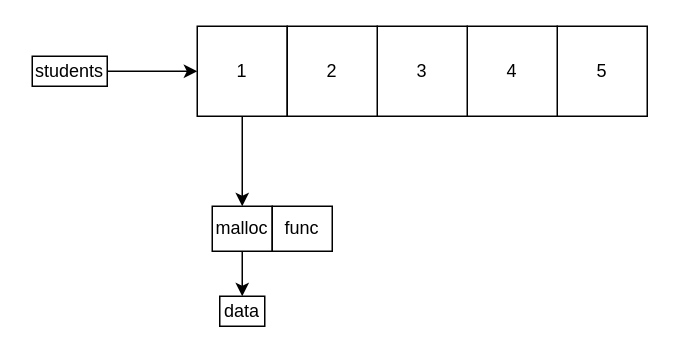
The draw.io diagram Untitled Diagram.drawio in haoran0313/diagrams, before the edit. Source tidied: cells renumbered, new cells numbered last; positions are measured from the earlier drawing's top-left corner, leaving out a move shared by most shapes. Both pictures are drawn from the tidied source at 150%, with x=0, y=0 at pixel (32, 26).
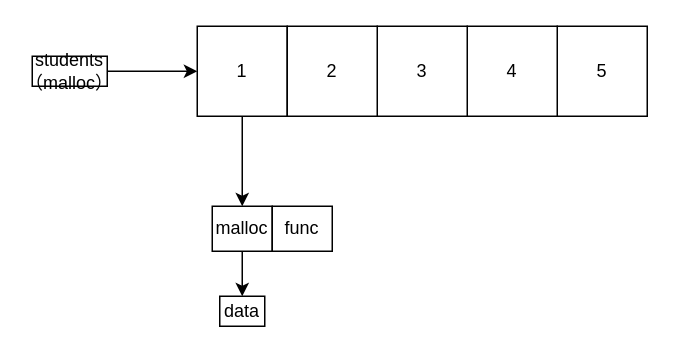
Above is the later version.

Change to the diagram source:
```diff
@@
 <mxGraphModel>
   <root>
     <mxCell id="0" />
     <mxCell id="1" parent="0" />
     <mxCell id="2" style="edgeStyle=orthogonalEdgeStyle;rounded=0;jettySize=auto;html=1;" parent="1" edge="1" source="3" target="11">
       <mxGeometry relative="1" as="geometry" />
     </mxCell>
     <mxCell id="3" value="1" style="rounded=0;whiteSpace=wrap;html=1;" parent="1" vertex="1">
       <mxGeometry x="110" width="60" height="60" as="geometry" />
     </mxCell>
     <mxCell id="4" value="5" style="rounded=0;whiteSpace=wrap;html=1;" parent="1" vertex="1">
       <mxGeometry x="350" width="60" height="60" as="geometry" />
     </mxCell>
     <mxCell id="5" value="4" style="rounded=0;whiteSpace=wrap;html=1;" parent="1" vertex="1">
       <mxGeometry x="290" width="60" height="60" as="geometry" />
     </mxCell>
     <mxCell id="6" value="3" style="rounded=0;whiteSpace=wrap;html=1;" parent="1" vertex="1">
       <mxGeometry x="230" width="60" height="60" as="geometry" />
     </mxCell>
     <mxCell id="7" value="2" style="rounded=0;whiteSpace=wrap;html=1;" parent="1" vertex="1">
       <mxGeometry x="170" width="60" height="60" as="geometry" />
     </mxCell>
     <mxCell id="8" style="edgeStyle=orthogonalEdgeStyle;rounded=0;jettySize=auto;html=1;" parent="1" edge="1" source="9" target="3">
       <mxGeometry relative="1" as="geometry" />
     </mxCell>
-    <mxCell id="9" value="students" style="rounded=0;whiteSpace=wrap;html=1;" parent="1" vertex="1">
+    <mxCell id="9" value="students（malloc）" style="rounded=0;whiteSpace=wrap;html=1;" parent="1" vertex="1">
       <mxGeometry y="20" width="50" height="20" as="geometry" />
     </mxCell>
     <mxCell id="10" style="edgeStyle=orthogonalEdgeStyle;rounded=0;jettySize=auto;html=1;" parent="1" edge="1" source="11">
       <mxGeometry relative="1" as="geometry">
         <mxPoint x="140" y="180" as="targetPoint" />
       </mxGeometry>
     </mxCell>
     <mxCell id="11" value="malloc" style="rounded=0;whiteSpace=wrap;html=1;" parent="1" vertex="1">
       <mxGeometry x="120" y="120" width="40" height="30" as="geometry" />
     </mxCell>
     <mxCell id="12" value="func" style="rounded=0;whiteSpace=wrap;html=1;" parent="1" vertex="1">
       <mxGeometry x="160" y="120" width="40" height="30" as="geometry" />
     </mxCell>
     <mxCell id="13" value="data" style="rounded=0;whiteSpace=wrap;html=1;" parent="1" vertex="1">
       <mxGeometry x="125" y="180" width="30" height="20" as="geometry" />
     </mxCell>
   </root>
 </mxGraphModel>
```
